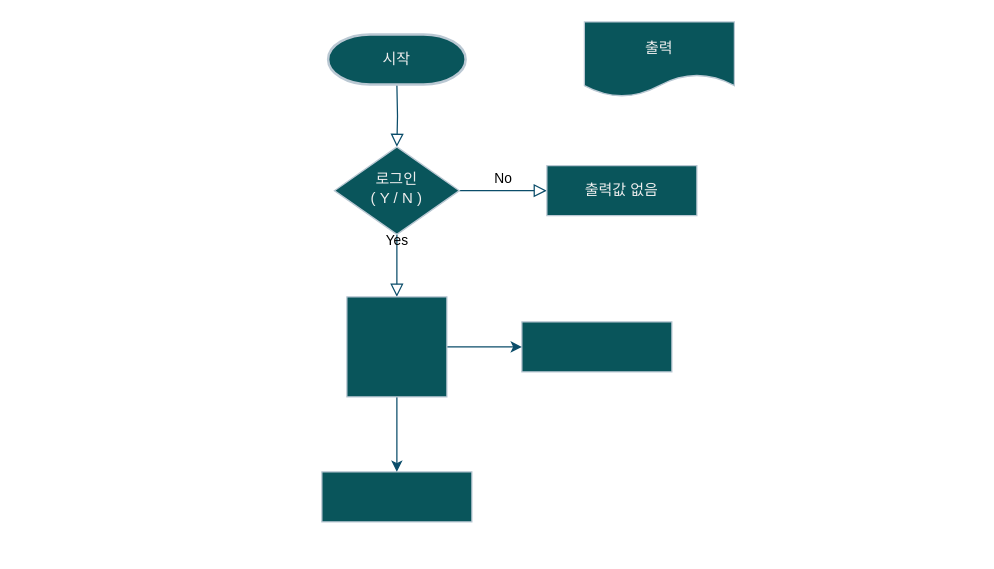
This is 제목 없는 다이어그램.drawio from JungWooojin/Winey, a draw.io file, before an edit. Source tidied: cells renumbered, new cells numbered last; positions are measured from the earlier drawing's top-left corner, leaving out a move shared by most shapes. Both pictures are drawn from the tidied source at 125%, with x=0, y=0 at pixel (321, 21).
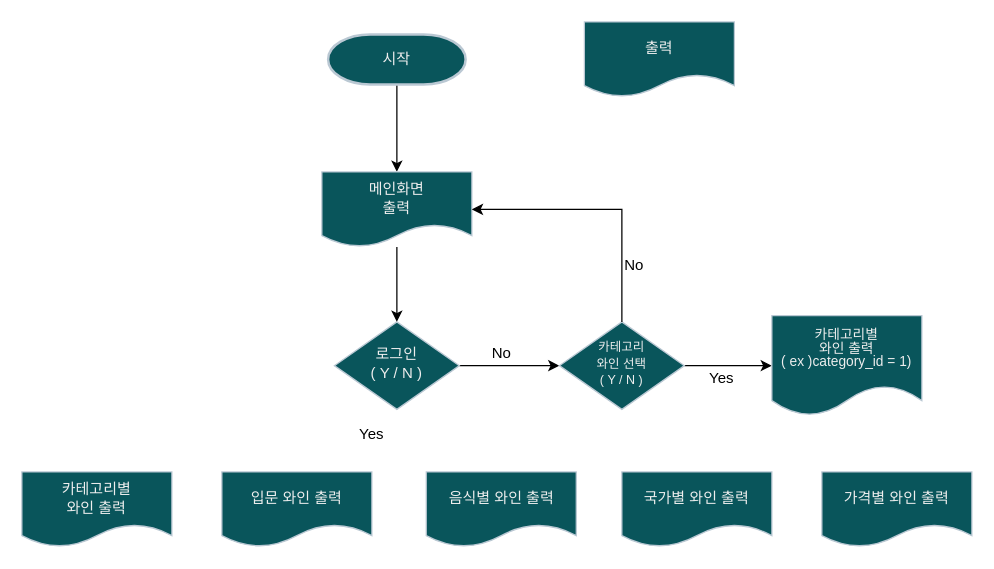
After the change.

Commit message:
제목 없는 다이어그램.drawio 업데이트

The change refers to these unchanged cells:
```xml
<mxCell id="9" value="시작" style="strokeWidth=2;html=1;shape=mxgraph.flowchart.terminator;whiteSpace=wrap;strokeColor=#BAC8D3;fontColor=#EEEEEE;fillColor=#09555B;" parent="1" vertex="1">
  <mxGeometry x="5" y="10" width="110" height="40" as="geometry" />
</mxCell>
```

Diff of the diagram source:
```diff
@@
-    <mxCell id="2" style="rounded=0;html=1;jettySize=auto;fontSize=11;endArrow=block;endFill=0;endSize=8;strokeWidth=1;shadow=0;labelBackgroundColor=none;edgeStyle=orthogonalEdgeStyle;fontColor=default;strokeColor=#0B4D6A;" parent="1" edge="1" target="5">
-      <mxGeometry relative="1" as="geometry">
-        <mxPoint x="60" y="50" as="sourcePoint" />
-      </mxGeometry>
-    </mxCell>
-    <mxCell id="3" value="Yes" style="rounded=0;html=1;jettySize=auto;fontSize=11;endArrow=block;endFill=0;endSize=8;strokeWidth=1;shadow=0;labelBackgroundColor=none;edgeStyle=orthogonalEdgeStyle;fontColor=default;strokeColor=#0B4D6A;" parent="1" edge="1" source="5">
-      <mxGeometry y="20" relative="1" as="geometry">
-        <mxPoint x="60" y="220" as="targetPoint" />
-      </mxGeometry>
-    </mxCell>
-    <mxCell id="4" value="No" style="edgeStyle=orthogonalEdgeStyle;rounded=0;html=1;jettySize=auto;fontSize=11;endArrow=block;endFill=0;endSize=8;strokeWidth=1;shadow=0;labelBackgroundColor=none;fontColor=default;strokeColor=#0B4D6A;" parent="1" edge="1" source="5" target="6">
-      <mxGeometry y="10" relative="1" as="geometry" />
-    </mxCell>
+    <mxCell id="14" style="edgeStyle=orthogonalEdgeStyle;rounded=0;jettySize=auto;html=1;" parent="1" edge="1" source="5" target="18">
+      <mxGeometry relative="1" as="geometry" />
+    </mxCell>
     <mxCell id="5" value="로그인&lt;br&gt;( Y / N )" style="rhombus;whiteSpace=wrap;html=1;shadow=0;fontFamily=Helvetica;fontSize=12;align=center;strokeWidth=1;spacing=6;spacingTop=-4;labelBackgroundColor=none;rounded=0;fillColor=#09555B;strokeColor=#BAC8D3;fontColor=#EEEEEE;" parent="1" vertex="1">
-      <mxGeometry x="10" y="100" width="100" height="70" as="geometry" />
+      <mxGeometry x="10" y="240" width="100" height="70" as="geometry" />
     </mxCell>
-    <mxCell id="6" value="출력값 없음" style="rounded=0;whiteSpace=wrap;html=1;fontSize=12;glass=0;strokeWidth=1;shadow=0;labelBackgroundColor=none;fillColor=#09555B;strokeColor=#BAC8D3;fontColor=#EEEEEE;" parent="1" vertex="1">
-      <mxGeometry x="180" y="115" width="120" height="40" as="geometry" />
-    </mxCell>
-    <mxCell id="7" style="rounded=0;whiteSpace=wrap;html=1;fontSize=12;glass=0;strokeWidth=1;shadow=0;labelBackgroundColor=none;fillColor=#09555B;strokeColor=#BAC8D3;fontColor=#EEEEEE;" parent="1" vertex="1">
-      <mxGeometry y="360" width="120" height="40" as="geometry" />
-    </mxCell>
-    <mxCell id="8" style="rounded=0;whiteSpace=wrap;html=1;fontSize=12;glass=0;strokeWidth=1;shadow=0;labelBackgroundColor=none;fillColor=#09555B;strokeColor=#BAC8D3;fontColor=#EEEEEE;" parent="1" vertex="1">
-      <mxGeometry x="160" y="240" width="120" height="40" as="geometry" />
-    </mxCell>
+    <mxCell id="15" style="edgeStyle=orthogonalEdgeStyle;rounded=0;jettySize=auto;html=1;" parent="1" edge="1" source="9" target="22">
+      <mxGeometry relative="1" as="geometry" />
+    </mxCell>
@@
-    <mxCell id="11" style="edgeStyle=orthogonalEdgeStyle;rounded=0;jettySize=auto;html=1;strokeColor=#0B4D6A;" parent="1" edge="1" source="13" target="8">
-      <mxGeometry relative="1" as="geometry" />
-    </mxCell>
-    <mxCell id="12" style="edgeStyle=orthogonalEdgeStyle;rounded=0;jettySize=auto;html=1;strokeColor=#0B4D6A;" parent="1" edge="1" source="13" target="7">
-      <mxGeometry relative="1" as="geometry" />
-    </mxCell>
-    <mxCell id="13" style="whiteSpace=wrap;html=1;strokeColor=#BAC8D3;fontColor=#EEEEEE;fillColor=#09555B;" parent="1" vertex="1">
-      <mxGeometry x="20" y="220" width="80" height="80" as="geometry" />
-    </mxCell>
+    <mxCell id="16" value="카테고리별&lt;br&gt;와인 출력" style="shape=document;whiteSpace=wrap;html=1;boundedLbl=1;strokeColor=#BAC8D3;fontColor=#EEEEEE;fillColor=#09555B;" parent="1" vertex="1">
+      <mxGeometry x="-240" y="360" width="120" height="60" as="geometry" />
+    </mxCell>
+    <mxCell id="17" style="edgeStyle=orthogonalEdgeStyle;rounded=0;jettySize=auto;html=1;" parent="1" edge="1" source="18" target="23">
+      <mxGeometry relative="1" as="geometry" />
+    </mxCell>
+    <mxCell id="18" value="&lt;p style=&quot;line-height: 100%;&quot;&gt;&lt;font style=&quot;font-size: 10px;&quot;&gt;카테고리&lt;br&gt;와인 선택&lt;br&gt;( Y / N )&lt;/font&gt;&lt;/p&gt;" style="rhombus;whiteSpace=wrap;html=1;shadow=0;fontFamily=Helvetica;fontSize=12;align=center;strokeWidth=1;spacing=6;spacingTop=-4;labelBackgroundColor=none;rounded=0;fillColor=#09555B;strokeColor=#BAC8D3;fontColor=#EEEEEE;" parent="1" vertex="1">
+      <mxGeometry x="190" y="240" width="100" height="70" as="geometry" />
+    </mxCell>
+    <mxCell id="19" value="No" style="text;html=1;strokeColor=none;fillColor=none;align=center;verticalAlign=middle;whiteSpace=wrap;rounded=0;" parent="1" vertex="1">
+      <mxGeometry x="114" y="250" width="60" height="30" as="geometry" />
+    </mxCell>
+    <mxCell id="20" value="Yes" style="text;html=1;strokeColor=none;fillColor=none;align=center;verticalAlign=middle;whiteSpace=wrap;rounded=0;" parent="1" vertex="1">
+      <mxGeometry x="10" y="315" width="60" height="30" as="geometry" />
+    </mxCell>
+    <mxCell id="21" style="edgeStyle=orthogonalEdgeStyle;rounded=0;jettySize=auto;html=1;" parent="1" edge="1" source="22" target="5">
+      <mxGeometry relative="1" as="geometry" />
+    </mxCell>
+    <mxCell id="22" value="메인화면&lt;br&gt;출력" style="shape=document;whiteSpace=wrap;html=1;boundedLbl=1;strokeColor=#BAC8D3;fontColor=#EEEEEE;fillColor=#09555B;" parent="1" vertex="1">
+      <mxGeometry y="120" width="120" height="60" as="geometry" />
+    </mxCell>
+    <mxCell id="23" value="&lt;p style=&quot;line-height: 100%; font-size: 11px;&quot;&gt;카테고리별&lt;br&gt;와인 출력&lt;br&gt;( ex )category_id = 1)&lt;br&gt;&lt;/p&gt;" style="shape=document;whiteSpace=wrap;html=1;boundedLbl=1;fillColor=#09555B;strokeColor=#BAC8D3;fontColor=#EEEEEE;shadow=0;strokeWidth=1;spacing=6;spacingTop=-4;labelBackgroundColor=none;rounded=0;" parent="1" vertex="1">
+      <mxGeometry x="360" y="235" width="120" height="80" as="geometry" />
+    </mxCell>
+    <mxCell id="24" style="endArrow=classic;html=1;rounded=0;exitX=0.5;exitY=0;exitDx=0;exitDy=0;entryX=1;entryY=0.5;entryDx=0;entryDy=0;" parent="1" edge="1" source="18" target="22">
+      <mxGeometry relative="1" as="geometry">
+        <Array as="points">
+          <mxPoint x="240" y="150" />
+        </Array>
+      </mxGeometry>
+    </mxCell>
+    <mxCell id="25" value="No" style="text;html=1;strokeColor=none;fillColor=none;align=center;verticalAlign=middle;whiteSpace=wrap;rounded=0;" parent="1" vertex="1">
+      <mxGeometry x="220" y="180" width="60" height="30" as="geometry" />
+    </mxCell>
+    <mxCell id="26" value="Yes" style="text;html=1;strokeColor=none;fillColor=none;align=center;verticalAlign=middle;whiteSpace=wrap;rounded=0;" parent="1" vertex="1">
+      <mxGeometry x="290" y="270" width="60" height="30" as="geometry" />
+    </mxCell>
+    <mxCell id="27" value="입문 와인 출력" style="shape=document;whiteSpace=wrap;html=1;boundedLbl=1;strokeColor=#BAC8D3;fontColor=#EEEEEE;fillColor=#09555B;" parent="1" vertex="1">
+      <mxGeometry x="-80" y="360" width="120" height="60" as="geometry" />
+    </mxCell>
+    <mxCell id="28" value="음식별 와인 출력" style="shape=document;whiteSpace=wrap;html=1;boundedLbl=1;strokeColor=#BAC8D3;fontColor=#EEEEEE;fillColor=#09555B;" parent="1" vertex="1">
+      <mxGeometry x="83.5" y="360" width="120" height="60" as="geometry" />
+    </mxCell>
+    <mxCell id="29" value="국가별 와인 출력" style="shape=document;whiteSpace=wrap;html=1;boundedLbl=1;strokeColor=#BAC8D3;fontColor=#EEEEEE;fillColor=#09555B;" parent="1" vertex="1">
+      <mxGeometry x="240" y="360" width="120" height="60" as="geometry" />
+    </mxCell>
+    <mxCell id="30" value="가격별 와인 출력" style="shape=document;whiteSpace=wrap;html=1;boundedLbl=1;strokeColor=#BAC8D3;fontColor=#EEEEEE;fillColor=#09555B;" parent="1" vertex="1">
+      <mxGeometry x="400" y="360" width="120" height="60" as="geometry" />
+    </mxCell>
```
